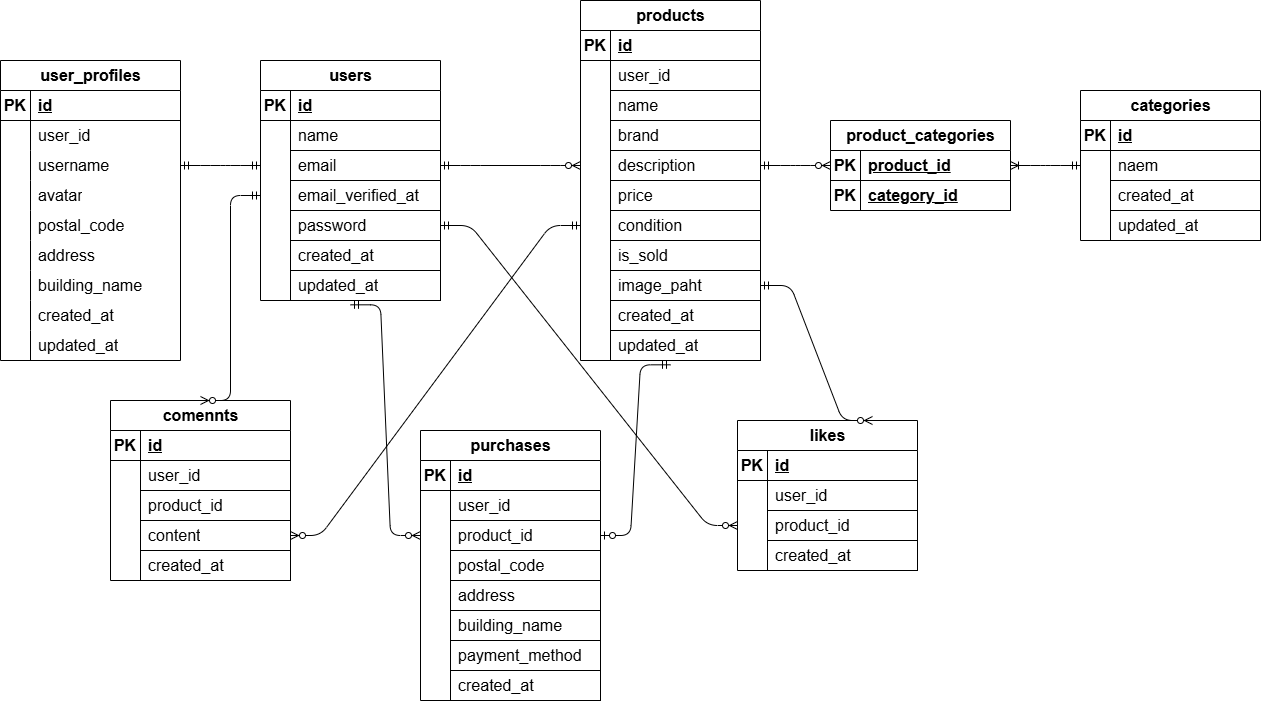
The draw.io diagram src/.drawio.png in dokusyoneko/flea-market, before a commit. Source tidied: cells renumbered, new cells last; positions are measured from the earlier drawing's top-left corner, leaving out a move shared by most shapes.
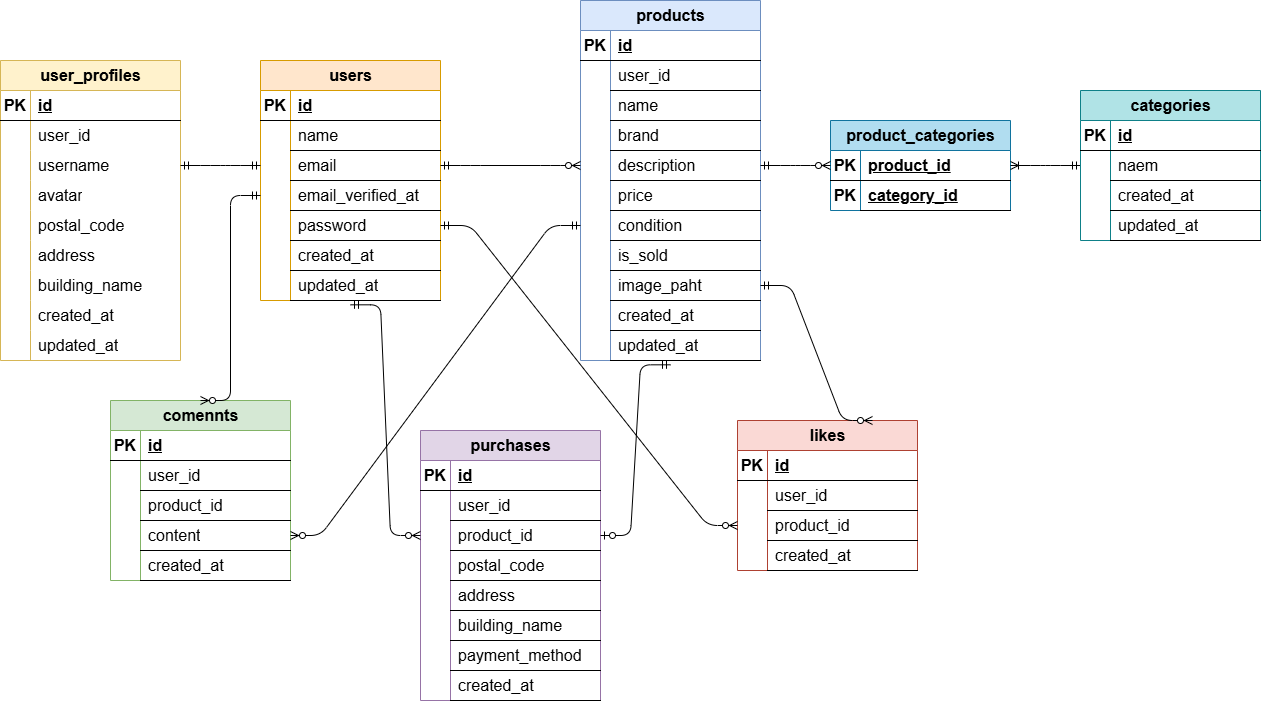
Later version of the same file.

The edit, as a diff of the source:
```diff
@@ -2,7 +2,7 @@
   <root>
     <mxCell id="0" />
     <mxCell id="1" parent="0" />
-    <mxCell id="2" value="&lt;font style=&quot;font-size: 16px;&quot;&gt;users&lt;/font&gt;" style="shape=table;startSize=30;rowLines=0;fontStyle=1;align=center;html=1;" parent="1" vertex="1">
+    <mxCell id="2" value="&lt;font style=&quot;font-size: 16px;&quot;&gt;users&lt;/font&gt;" style="shape=table;startSize=30;rowLines=0;fontStyle=1;align=center;html=1;fillColor=#ffe6cc;strokeColor=#d79b00;" parent="1" vertex="1">
       <mxGeometry x="260" y="60" width="180" height="240" as="geometry" />
     </mxCell>
     <mxCell id="3" style="shape=tableRow;horizontal=0;startSize=0;swimlaneHead=0;swimlaneBody=0;fillColor=none;top=0;left=0;right=0;bottom=1;" parent="2" vertex="1">
@@ -68,7 +68,7 @@
     <mxCell id="23" value="&lt;span style=&quot;color: rgb(0, 0, 0);&quot;&gt;updated_at&lt;/span&gt;" style="shape=partialRectangle;fillColor=none;top=0;left=0;bottom=1;right=0;align=left;spacingLeft=6;overflow=hidden;whiteSpace=wrap;html=1;fontSize=16;" parent="21" vertex="1">
       <mxGeometry x="30" width="150" height="30" as="geometry" />
     </mxCell>
-    <mxCell id="24" value="&lt;font style=&quot;font-size: 16px;&quot;&gt;product_categories&lt;/font&gt;" style="shape=table;startSize=30;rowLines=0;fontStyle=1;align=center;html=1;fontSize=14;" parent="1" vertex="1">
+    <mxCell id="24" value="&lt;font style=&quot;font-size: 16px;&quot;&gt;product_categories&lt;/font&gt;" style="shape=table;startSize=30;rowLines=0;fontStyle=1;align=center;html=1;fontSize=14;fillColor=#b1ddf0;strokeColor=#10739e;" parent="1" vertex="1">
       <mxGeometry x="830" y="120" width="180" height="90" as="geometry" />
     </mxCell>
     <mxCell id="25" style="shape=tableRow;horizontal=0;startSize=0;swimlaneHead=0;swimlaneBody=0;fillColor=none;points=[[0,0.5],[1,0.5]];portConstraint=eastwest;top=0;left=0;right=0;bottom=1;fontSize=16;" parent="24" vertex="1">
@@ -89,7 +89,7 @@
     <mxCell id="30" value="&lt;span style=&quot;color: rgb(0, 0, 0);&quot;&gt;&lt;span&gt;&lt;font&gt;&lt;span&gt;category_id&lt;/span&gt;&lt;/font&gt;&lt;/span&gt;&lt;/span&gt;" style="shape=partialRectangle;fillColor=none;top=0;left=0;bottom=1;right=0;align=left;spacingLeft=6;overflow=hidden;whiteSpace=wrap;html=1;fontStyle=5;fontSize=16;" parent="28" vertex="1">
       <mxGeometry x="30" width="150" height="30" as="geometry" />
     </mxCell>
-    <mxCell id="31" value="comennts" style="shape=table;startSize=30;rowLines=0;fontStyle=1;align=center;html=1;fontSize=16;" parent="1" vertex="1">
+    <mxCell id="31" value="comennts" style="shape=table;startSize=30;rowLines=0;fontStyle=1;align=center;html=1;fontSize=16;fillColor=#d5e8d4;strokeColor=#82b366;" parent="1" vertex="1">
       <mxGeometry x="110" y="400" width="180" height="180" as="geometry" />
     </mxCell>
     <mxCell id="32" style="shape=tableRow;horizontal=0;startSize=0;swimlaneHead=0;swimlaneBody=0;fillColor=none;top=0;left=0;right=0;bottom=1;" parent="31" vertex="1">
@@ -137,7 +137,7 @@
     <mxCell id="46" value="created_at" style="shape=partialRectangle;fillColor=none;top=0;left=0;bottom=1;right=0;align=left;spacingLeft=6;overflow=hidden;whiteSpace=wrap;html=1;fontSize=16;" parent="44" vertex="1">
       <mxGeometry x="30" width="150" height="30" as="geometry" />
     </mxCell>
-    <mxCell id="47" value="&lt;font style=&quot;font-size: 16px;&quot;&gt;purchases&lt;/font&gt;" style="shape=table;startSize=30;rowLines=0;fontStyle=1;align=center;html=1;" parent="1" vertex="1">
+    <mxCell id="47" value="&lt;font style=&quot;font-size: 16px;&quot;&gt;purchases&lt;/font&gt;" style="shape=table;startSize=30;rowLines=0;fontStyle=1;align=center;html=1;fillColor=#e1d5e7;strokeColor=#9673a6;" parent="1" vertex="1">
       <mxGeometry x="420" y="430" width="180" height="270" as="geometry" />
     </mxCell>
     <mxCell id="48" style="shape=tableRow;horizontal=0;startSize=0;swimlaneHead=0;swimlaneBody=0;fillColor=none;top=0;left=0;right=0;bottom=1;" parent="47" vertex="1">
@@ -212,7 +212,7 @@
     <mxCell id="71" value="created_at" style="shape=partialRectangle;fillColor=none;top=0;left=0;bottom=1;right=0;align=left;spacingLeft=6;overflow=hidden;whiteSpace=wrap;html=1;fontSize=16;" parent="69" vertex="1">
       <mxGeometry x="30" width="150" height="30" as="geometry" />
     </mxCell>
-    <mxCell id="72" value="products" style="shape=table;startSize=30;rowLines=0;fontStyle=1;align=center;html=1;fontSize=16;" parent="1" vertex="1">
+    <mxCell id="72" value="products" style="shape=table;startSize=30;rowLines=0;fontStyle=1;align=center;html=1;fontSize=16;fillColor=#dae8fc;strokeColor=#6c8ebf;" parent="1" vertex="1">
       <mxGeometry x="580" width="180" height="360" as="geometry" />
     </mxCell>
     <mxCell id="73" style="shape=tableRow;horizontal=0;startSize=0;swimlaneHead=0;swimlaneBody=0;fillColor=none;top=0;left=0;right=0;bottom=1;fontSize=16;" parent="72" vertex="1">
@@ -314,7 +314,7 @@
     <mxCell id="105" value="&lt;span style=&quot;color: rgb(0, 0, 0);&quot;&gt;updated_at&lt;/span&gt;" style="shape=partialRectangle;fillColor=none;top=0;left=0;bottom=1;right=0;align=left;spacingLeft=6;overflow=hidden;whiteSpace=wrap;html=1;fontSize=16;" parent="103" vertex="1">
       <mxGeometry x="30" width="150" height="30" as="geometry" />
     </mxCell>
-    <mxCell id="106" value="&lt;font style=&quot;font-size: 16px;&quot;&gt;likes&lt;/font&gt;" style="shape=table;startSize=30;rowLines=0;fontStyle=1;align=center;html=1;" parent="1" vertex="1">
+    <mxCell id="106" value="&lt;font style=&quot;font-size: 16px;&quot;&gt;likes&lt;/font&gt;" style="shape=table;startSize=30;rowLines=0;fontStyle=1;align=center;html=1;fillColor=#fad9d5;strokeColor=#ae4132;" parent="1" vertex="1">
       <mxGeometry x="737" y="420" width="180" height="150" as="geometry" />
     </mxCell>
     <mxCell id="107" style="shape=tableRow;horizontal=0;startSize=0;swimlaneHead=0;swimlaneBody=0;fillColor=none;top=0;left=0;right=0;bottom=1;" parent="106" vertex="1">
@@ -356,7 +356,7 @@
     <mxCell id="119" style="edgeStyle=entityRelationEdgeStyle;fontSize=12;html=1;endArrow=ERoneToMany;startArrow=ERmandOne;exitX=0;exitY=0.5;exitDx=0;exitDy=0;entryX=1;entryY=0.5;entryDx=0;entryDy=0;" parent="1" edge="1" source="124" target="25">
       <mxGeometry relative="1" as="geometry" />
     </mxCell>
-    <mxCell id="120" value="categories" style="shape=table;startSize=30;rowLines=0;fontStyle=1;align=center;html=1;fontSize=16;" parent="1" vertex="1">
+    <mxCell id="120" value="categories" style="shape=table;startSize=30;rowLines=0;fontStyle=1;align=center;html=1;fontSize=16;fillColor=#b0e3e6;strokeColor=#0e8088;" parent="1" vertex="1">
       <mxGeometry x="1080" y="90" width="180" height="150" as="geometry" />
     </mxCell>
     <mxCell id="121" style="shape=tableRow;horizontal=0;startSize=0;swimlaneHead=0;swimlaneBody=0;fillColor=none;top=0;left=0;right=0;bottom=1;" parent="120" vertex="1">
@@ -443,7 +443,7 @@
         </Array>
       </mxGeometry>
     </mxCell>
-    <mxCell id="139" value="&lt;font style=&quot;font-size: 16px;&quot;&gt;user_profiles&lt;/font&gt;" style="shape=table;startSize=30;rowLines=0;fontStyle=1;align=center;html=1;" parent="1" vertex="1">
+    <mxCell id="139" value="&lt;font style=&quot;font-size: 16px;&quot;&gt;user_profiles&lt;/font&gt;" style="shape=table;startSize=30;rowLines=0;fontStyle=1;align=center;html=1;fillColor=#fff2cc;strokeColor=#d6b656;" parent="1" vertex="1">
       <mxGeometry y="60" width="180" height="300" as="geometry" />
     </mxCell>
     <mxCell id="140" style="shape=tableRow;horizontal=0;startSize=0;swimlaneHead=0;swimlaneBody=0;fillColor=none;top=0;left=0;right=0;bottom=1;" parent="139" vertex="1">
```
